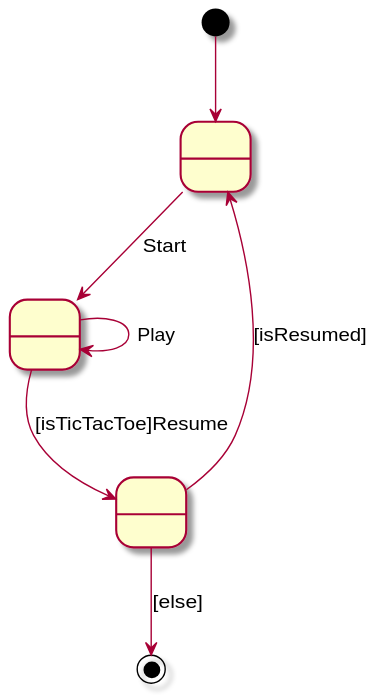
This is 1.Sencilla/docs/diagrams/out/vistaCasosUso/contexto.svg from EscuelaIt/tictactoe-master-desarrollo-requirements, a PlantUML export, as it was before one commit. The source it was exported from:
```plantuml
@startuml
state State0 as " "
state State1 as " "
state State2 as " "
[*] --> State0
State0 --> State1 : Start
State1 --> State1 : Play
State1 --> State2 : [isTicTacToe]Resume
State2 --> State0 : [isResumed]
State2 --> [*] : [else]
@enduml
```
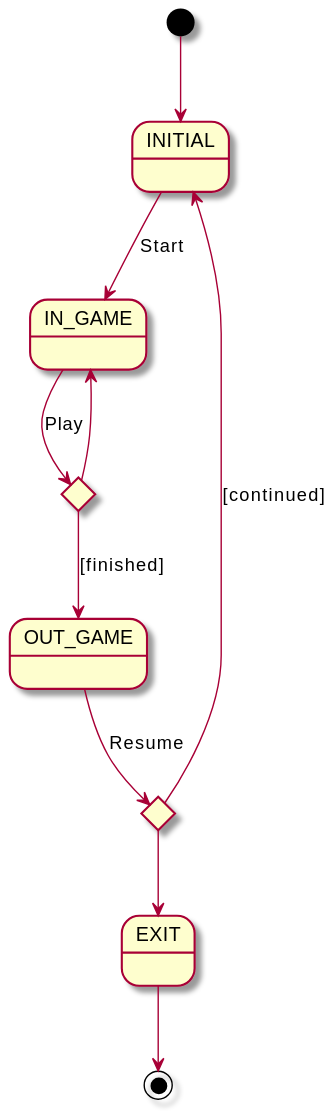
The same diagram one commit later.

Change to the diagram source:
```diff
@@ -1,11 +1,18 @@
 @startuml
-state State0 as " "
-state State1 as " "
-state State2 as " "
-[*] --> State0
-State0 --> State1 : Start
-State1 --> State1 : Play
-State1 --> State2 : [isTicTacToe]Resume
-State2 --> State0 : [isResumed]
-State2 --> [*] : [else]
+state INITIAL
+state IN_GAME
+state OUT_GAME
+state EXIT
+state if_finished <<choice>>
+state if_resumed <<choice>>
+
+[*] --> INITIAL
+INITIAL --> IN_GAME: Start
+IN_GAME --> if_finished: Play
+if_finished --> IN_GAME
+if_finished --> OUT_GAME: [finished]
+OUT_GAME --> if_resumed: Resume
+if_resumed --> INITIAL: [continued]
+if_resumed --> EXIT
+EXIT --> [*]
 @enduml
```
